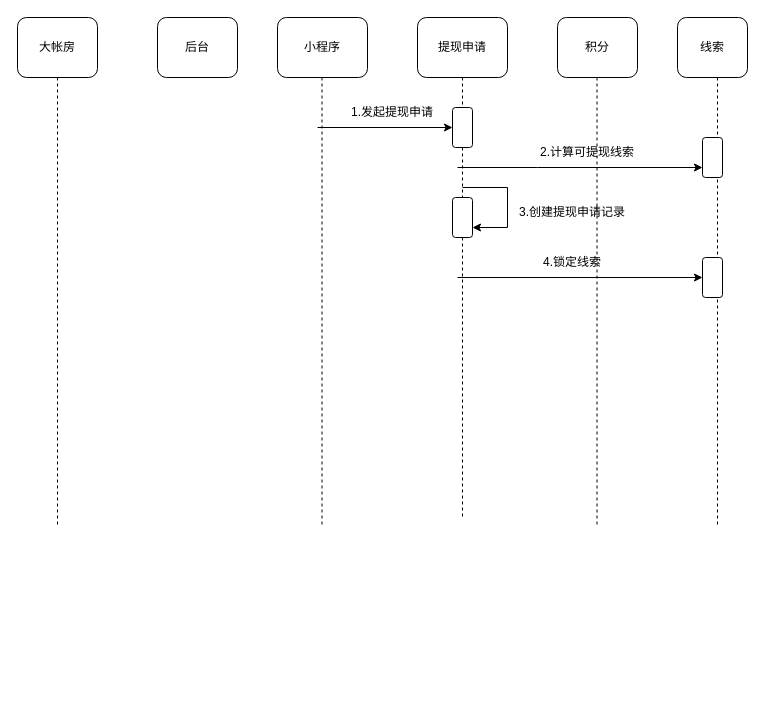
Before: Untitled Diagram.drawio in RichardWSD/Diagram-Flow, a draw.io diagram. Source tidied: cells renumbered, new cells numbered last; positions are measured from the earlier drawing's top-left corner, leaving out a move shared by most shapes. Both pictures are drawn from the tidied source at 100%, with x=0, y=0 at pixel (17, 17).
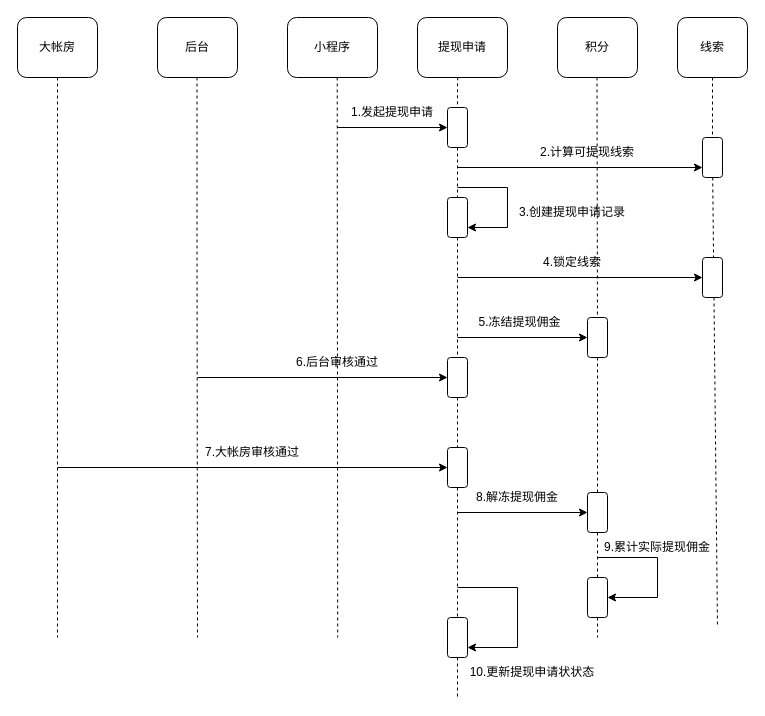
Above is the later version.

The change refers to these unchanged cells:
```xml
<mxCell id="2" value="大帐房" style="rounded=1;whiteSpace=wrap;html=1;" parent="1" vertex="1">
  <mxGeometry width="80" height="60" as="geometry" />
</mxCell>
<mxCell id="5" value="提现申请" style="rounded=1;whiteSpace=wrap;html=1;" parent="1" vertex="1">
  <mxGeometry x="400" width="90" height="60" as="geometry" />
</mxCell>
<mxCell id="7" value="线索" style="rounded=1;whiteSpace=wrap;html=1;" parent="1" vertex="1">
  <mxGeometry x="660" width="70" height="60" as="geometry" />
</mxCell>
```

Diff of the diagram source:
```diff
@@
     <mxCell id="4" value="小程序" style="rounded=1;whiteSpace=wrap;html=1;" parent="1" vertex="1">
-      <mxGeometry x="260" width="90" height="60" as="geometry" />
+      <mxGeometry x="270" width="90" height="60" as="geometry" />
     </mxCell>
@@
     <mxCell id="8" style="endArrow=none;dashed=1;html=1;rounded=0;exitX=0.5;exitY=1;exitDx=0;exitDy=0;" parent="1" edge="1" source="2">
       <mxGeometry relative="1" as="geometry">
-        <mxPoint x="40" y="510" as="targetPoint" />
+        <mxPoint x="40" y="620" as="targetPoint" />
         <Array as="points">
           <mxPoint x="40" y="210" />
         </Array>
       </mxGeometry>
     </mxCell>
     <mxCell id="9" style="endArrow=none;dashed=1;html=1;rounded=0;" parent="1" edge="1">
       <mxGeometry relative="1" as="geometry">
-        <mxPoint x="304.5" y="60" as="sourcePoint" />
-        <mxPoint x="304.5" y="510" as="targetPoint" />
+        <mxPoint x="319.7" y="60" as="sourcePoint" />
+        <mxPoint x="320.2" y="620" as="targetPoint" />
       </mxGeometry>
     </mxCell>
-    <mxCell id="10" style="endArrow=none;dashed=1;html=1;rounded=0;startArrow=none;" parent="1" edge="1" source="20">
+    <mxCell id="10" style="endArrow=none;dashed=1;html=1;rounded=0;startArrow=none;" parent="1" edge="1" source="48">
       <mxGeometry relative="1" as="geometry">
-        <mxPoint x="445" y="500" as="targetPoint" />
+        <mxPoint x="440" y="680" as="targetPoint" />
       </mxGeometry>
     </mxCell>
     <mxCell id="11" style="endArrow=classic;html=1;rounded=0;" parent="1" edge="1" target="12">
       <mxGeometry relative="1" as="geometry">
-        <mxPoint x="300" y="110" as="sourcePoint" />
+        <mxPoint x="320" y="110" as="sourcePoint" />
       </mxGeometry>
     </mxCell>
     <mxCell id="12" style="rounded=1;whiteSpace=wrap;html=1;" parent="1" vertex="1">
-      <mxGeometry x="435" y="90" width="20" height="40" as="geometry" />
+      <mxGeometry x="430" y="90" width="20" height="40" as="geometry" />
     </mxCell>
-    <mxCell id="13" style="endArrow=none;dashed=1;html=1;rounded=0;exitX=0.5;exitY=1;exitDx=0;exitDy=0;" parent="1" edge="1" source="5" target="12">
-      <mxGeometry relative="1" as="geometry" />
+    <mxCell id="13" style="endArrow=none;dashed=1;html=1;rounded=0;exitX=0.447;exitY=0.997;exitDx=0;exitDy=0;exitPerimeter=0;entryX=0.5;entryY=0;entryDx=0;entryDy=0;" parent="1" edge="1" source="5" target="12">
+      <mxGeometry relative="1" as="geometry">
+        <Array as="points">
+          <mxPoint x="440" y="70" />
+        </Array>
+      </mxGeometry>
     </mxCell>
@@
-    <mxCell id="15" style="endArrow=none;dashed=1;html=1;rounded=0;" parent="1" edge="1">
+    <mxCell id="15" style="endArrow=none;dashed=1;html=1;rounded=0;startArrow=none;" parent="1" edge="1" source="44">
       <mxGeometry relative="1" as="geometry">
-        <mxPoint x="579.5" y="60" as="sourcePoint" />
-        <mxPoint x="579.5" y="510" as="targetPoint" />
+        <mxPoint x="580" y="620" as="targetPoint" />
       </mxGeometry>
     </mxCell>
-    <mxCell id="16" style="endArrow=none;dashed=1;html=1;rounded=0;" parent="1" edge="1">
+    <mxCell id="16" style="endArrow=none;dashed=1;html=1;rounded=0;startArrow=none;" parent="1" edge="1" source="17">
       <mxGeometry relative="1" as="geometry">
-        <mxPoint x="700" y="60" as="sourcePoint" />
-        <mxPoint x="700" y="510" as="targetPoint" />
+        <mxPoint x="700" y="610" as="targetPoint" />
       </mxGeometry>
     </mxCell>
-    <mxCell id="17" style="rounded=1;whiteSpace=wrap;html=1;" parent="1" vertex="1">
-      <mxGeometry x="685" y="120" width="20" height="40" as="geometry" />
-    </mxCell>
     <mxCell id="18" style="endArrow=classic;html=1;rounded=0;entryX=0;entryY=0.75;entryDx=0;entryDy=0;" parent="1" edge="1" target="17">
       <mxGeometry relative="1" as="geometry">
         <mxPoint x="440" y="150" as="sourcePoint" />
-        <Array as="points">
-          <mxPoint x="520" y="150" />
-        </Array>
       </mxGeometry>
     </mxCell>
@@
     <mxCell id="20" style="rounded=1;whiteSpace=wrap;html=1;" parent="1" vertex="1">
-      <mxGeometry x="435" y="180" width="20" height="40" as="geometry" />
+      <mxGeometry x="430" y="180" width="20" height="40" as="geometry" />
     </mxCell>
@@
     <mxCell id="22" style="endArrow=classic;html=1;rounded=0;entryX=1;entryY=0.75;entryDx=0;entryDy=0;" parent="1" edge="1" target="20">
       <mxGeometry relative="1" as="geometry">
-        <mxPoint x="445" y="170" as="sourcePoint" />
+        <mxPoint x="440" y="170" as="sourcePoint" />
         <Array as="points">
           <mxPoint x="490" y="170" />
           <mxPoint x="490" y="210" />
         </Array>
       </mxGeometry>
     </mxCell>
@@
+    <mxCell id="27" style="rounded=1;whiteSpace=wrap;html=1;" parent="1" vertex="1">
+      <mxGeometry x="570" y="300" width="20" height="40" as="geometry" />
+    </mxCell>
+    <mxCell id="28" style="endArrow=none;dashed=1;html=1;rounded=0;" parent="1" edge="1" target="27">
+      <mxGeometry relative="1" as="geometry">
+        <mxPoint x="579.5" y="60" as="sourcePoint" />
+      </mxGeometry>
+    </mxCell>
+    <mxCell id="29" style="endArrow=classic;html=1;rounded=0;entryX=0;entryY=0.5;entryDx=0;entryDy=0;" parent="1" edge="1" target="27">
+      <mxGeometry relative="1" as="geometry">
+        <mxPoint x="440" y="320" as="sourcePoint" />
+      </mxGeometry>
+    </mxCell>
+    <mxCell id="30" value="5.冻结提现佣金" style="text;html=1;strokeColor=none;fillColor=none;align=center;verticalAlign=middle;whiteSpace=wrap;rounded=0;" parent="1" vertex="1">
+      <mxGeometry x="455" y="290" width="95" height="30" as="geometry" />
+    </mxCell>
+    <mxCell id="31" style="endArrow=none;dashed=1;html=1;rounded=0;exitX=0.5;exitY=1;exitDx=0;exitDy=0;" parent="1" edge="1">
+      <mxGeometry relative="1" as="geometry">
+        <mxPoint x="179.5" y="60" as="sourcePoint" />
+        <mxPoint x="180" y="620" as="targetPoint" />
+        <Array as="points">
+          <mxPoint x="179.5" y="210" />
+        </Array>
+      </mxGeometry>
+    </mxCell>
+    <mxCell id="32" style="rounded=1;whiteSpace=wrap;html=1;" parent="1" vertex="1">
+      <mxGeometry x="430" y="340" width="20" height="40" as="geometry" />
+    </mxCell>
+    <mxCell id="33" style="endArrow=none;dashed=1;html=1;rounded=0;startArrow=none;" parent="1" edge="1" source="20" target="32">
+      <mxGeometry relative="1" as="geometry" />
+    </mxCell>
+    <mxCell id="34" style="endArrow=classic;html=1;rounded=0;" parent="1" edge="1">
+      <mxGeometry relative="1" as="geometry">
+        <mxPoint x="180" y="360" as="sourcePoint" />
+        <mxPoint x="430" y="360" as="targetPoint" />
+      </mxGeometry>
+    </mxCell>
+    <mxCell id="35" value="6.后台审核通过" style="text;html=1;strokeColor=none;fillColor=none;align=center;verticalAlign=middle;whiteSpace=wrap;rounded=0;" parent="1" vertex="1">
+      <mxGeometry x="270" y="330" width="100" height="30" as="geometry" />
+    </mxCell>
+    <mxCell id="36" style="rounded=1;whiteSpace=wrap;html=1;" parent="1" vertex="1">
+      <mxGeometry x="430" y="430" width="20" height="40" as="geometry" />
+    </mxCell>
+    <mxCell id="37" style="endArrow=none;dashed=1;html=1;rounded=0;startArrow=none;" parent="1" edge="1" source="32" target="36">
+      <mxGeometry relative="1" as="geometry" />
+    </mxCell>
+    <mxCell id="38" style="endArrow=classic;html=1;rounded=0;entryX=0;entryY=0.5;entryDx=0;entryDy=0;" parent="1" edge="1" target="36">
+      <mxGeometry relative="1" as="geometry">
+        <mxPoint x="40" y="450" as="sourcePoint" />
+      </mxGeometry>
+    </mxCell>
+    <mxCell id="39" value="7.大帐房审核通过" style="text;html=1;strokeColor=none;fillColor=none;align=center;verticalAlign=middle;whiteSpace=wrap;rounded=0;" parent="1" vertex="1">
+      <mxGeometry x="180" y="420" width="110" height="30" as="geometry" />
+    </mxCell>
+    <mxCell id="40" style="rounded=1;whiteSpace=wrap;html=1;" parent="1" vertex="1">
+      <mxGeometry x="570" y="475" width="20" height="40" as="geometry" />
+    </mxCell>
+    <mxCell id="41" style="endArrow=none;dashed=1;html=1;rounded=0;startArrow=none;" parent="1" edge="1" source="27" target="40">
+      <mxGeometry relative="1" as="geometry" />
+    </mxCell>
+    <mxCell id="42" style="endArrow=classic;html=1;rounded=0;entryX=0;entryY=0.5;entryDx=0;entryDy=0;" parent="1" edge="1" target="40">
+      <mxGeometry relative="1" as="geometry">
+        <mxPoint x="440" y="495" as="sourcePoint" />
+      </mxGeometry>
+    </mxCell>
+    <mxCell id="43" value="8.解冻提现佣金" style="text;html=1;strokeColor=none;fillColor=none;align=center;verticalAlign=middle;whiteSpace=wrap;rounded=0;" parent="1" vertex="1">
+      <mxGeometry x="450" y="465" width="100" height="30" as="geometry" />
+    </mxCell>
+    <mxCell id="44" style="rounded=1;whiteSpace=wrap;html=1;" parent="1" vertex="1">
+      <mxGeometry x="570" y="560" width="20" height="40" as="geometry" />
+    </mxCell>
+    <mxCell id="45" style="endArrow=none;dashed=1;html=1;rounded=0;startArrow=none;" parent="1" edge="1" source="40" target="44">
+      <mxGeometry relative="1" as="geometry" />
+    </mxCell>
+    <mxCell id="46" style="endArrow=classic;html=1;rounded=0;entryX=1;entryY=0.5;entryDx=0;entryDy=0;" parent="1" edge="1" target="44">
+      <mxGeometry relative="1" as="geometry">
+        <mxPoint x="580" y="540" as="sourcePoint" />
+        <Array as="points">
+          <mxPoint x="640" y="540" />
+          <mxPoint x="640" y="580" />
+        </Array>
+      </mxGeometry>
+    </mxCell>
+    <mxCell id="47" value="9.累计实际提现佣金" style="text;html=1;strokeColor=none;fillColor=none;align=center;verticalAlign=middle;whiteSpace=wrap;rounded=0;" parent="1" vertex="1">
+      <mxGeometry x="580" y="515" width="120" height="30" as="geometry" />
+    </mxCell>
+    <mxCell id="48" style="rounded=1;whiteSpace=wrap;html=1;" parent="1" vertex="1">
+      <mxGeometry x="430" y="600" width="20" height="40" as="geometry" />
+    </mxCell>
+    <mxCell id="49" style="endArrow=none;dashed=1;html=1;rounded=0;startArrow=none;" parent="1" edge="1" source="36" target="48">
+      <mxGeometry relative="1" as="geometry" />
+    </mxCell>
+    <mxCell id="50" style="endArrow=classic;html=1;rounded=0;entryX=1;entryY=0.75;entryDx=0;entryDy=0;" parent="1" edge="1" target="48">
+      <mxGeometry relative="1" as="geometry">
+        <mxPoint x="440" y="570" as="sourcePoint" />
+        <Array as="points">
+          <mxPoint x="500" y="570" />
+          <mxPoint x="500" y="630" />
+        </Array>
+      </mxGeometry>
+    </mxCell>
+    <mxCell id="51" value="10.更新提现申请状状态" style="text;html=1;strokeColor=none;fillColor=none;align=center;verticalAlign=middle;whiteSpace=wrap;rounded=0;" parent="1" vertex="1">
+      <mxGeometry x="440" y="640" width="150" height="30" as="geometry" />
+    </mxCell>
+    <mxCell id="17" style="rounded=1;whiteSpace=wrap;html=1;" parent="1" vertex="1">
+      <mxGeometry x="685" y="120" width="20" height="40" as="geometry" />
+    </mxCell>
+    <mxCell id="52" style="endArrow=none;dashed=1;html=1;rounded=0;exitX=0.5;exitY=1;exitDx=0;exitDy=0;" parent="1" edge="1" source="7" target="17">
+      <mxGeometry relative="1" as="geometry" />
+    </mxCell>
```
